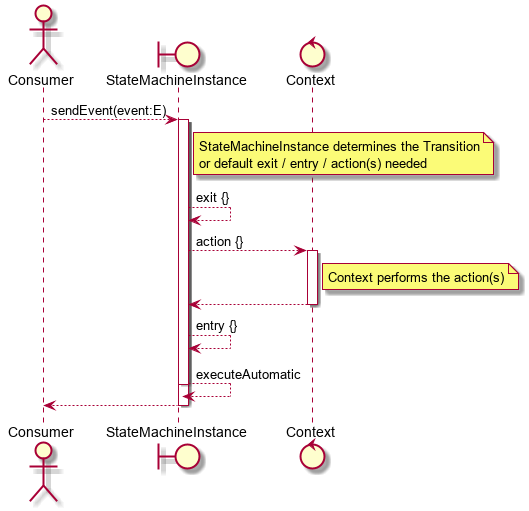
open-jumpco/open-jumpco.github.io keeps this PlantUML diagram as projects/kfsm/statemachine_sequence.png. Above is the earlier version. Its diagram source:
```plantuml
@startuml

actor Consumer
boundary StateMachineInstance
control Context

Consumer ----> StateMachineInstance : sendEvent(event:E)

    activate StateMachineInstance
    note right of StateMachineInstance
        StateMachineInstance determines the Transition
        or default exit / entry / action(s) needed
    end note
    activate StateMachineInstance
    StateMachineInstance ----> StateMachineInstance : exit {}
    StateMachineInstance ----> Context : action {}
    activate Context
    note right of Context
        Context performs the action(s)
    end note
    Context ---->  StateMachineInstance
    deactivate Context
    StateMachineInstance ----> StateMachineInstance : entry {}
    StateMachineInstance ----> StateMachineInstance : executeAutomatic
    deactivate StateMachineInstance
    return

@enduml
```
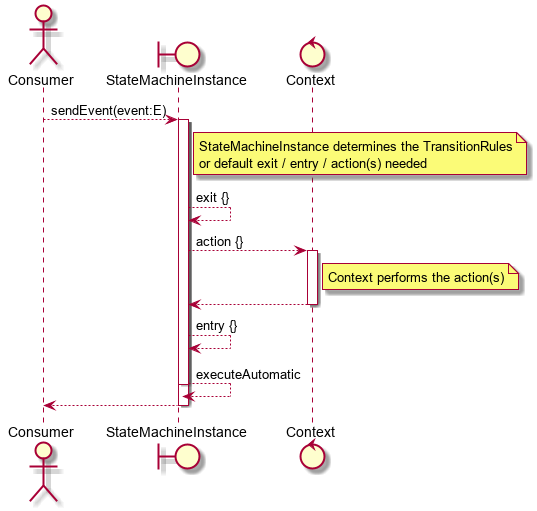
After the commit.

What changed in the source:
```diff
@@ -8,7 +8,7 @@
 
     activate StateMachineInstance
     note right of StateMachineInstance
-        StateMachineInstance determines the Transition
+        StateMachineInstance determines the TransitionRules
         or default exit / entry / action(s) needed
     end note
     activate StateMachineInstance
```
